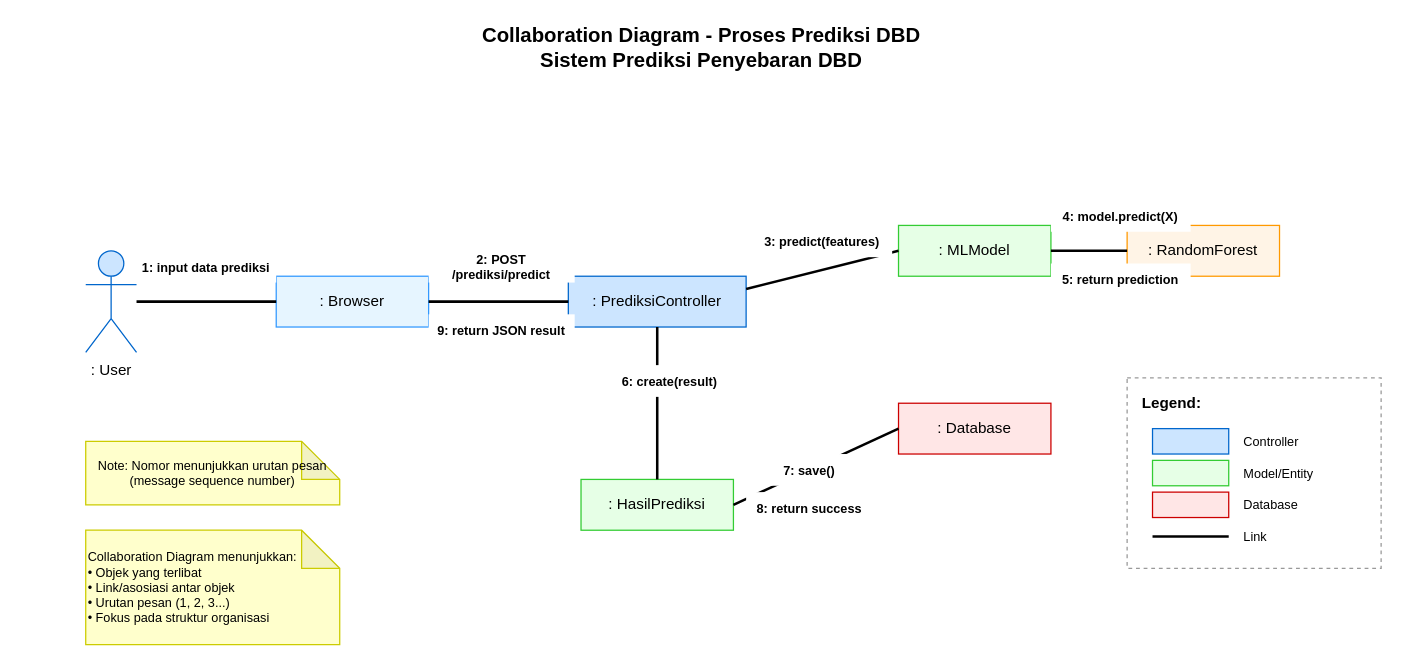
Before: Dokumen/UML/collaboration_diagram.drawio in Suwardi87/prediksi-DBD, a draw.io diagram. Source tidied: cells renumbered, new cells numbered last; positions are measured from the earlier drawing's top-left corner, leaving out a move shared by most shapes. Both pictures are drawn from the tidied source at 127%, with x=0, y=0 at pixel (85, 22).
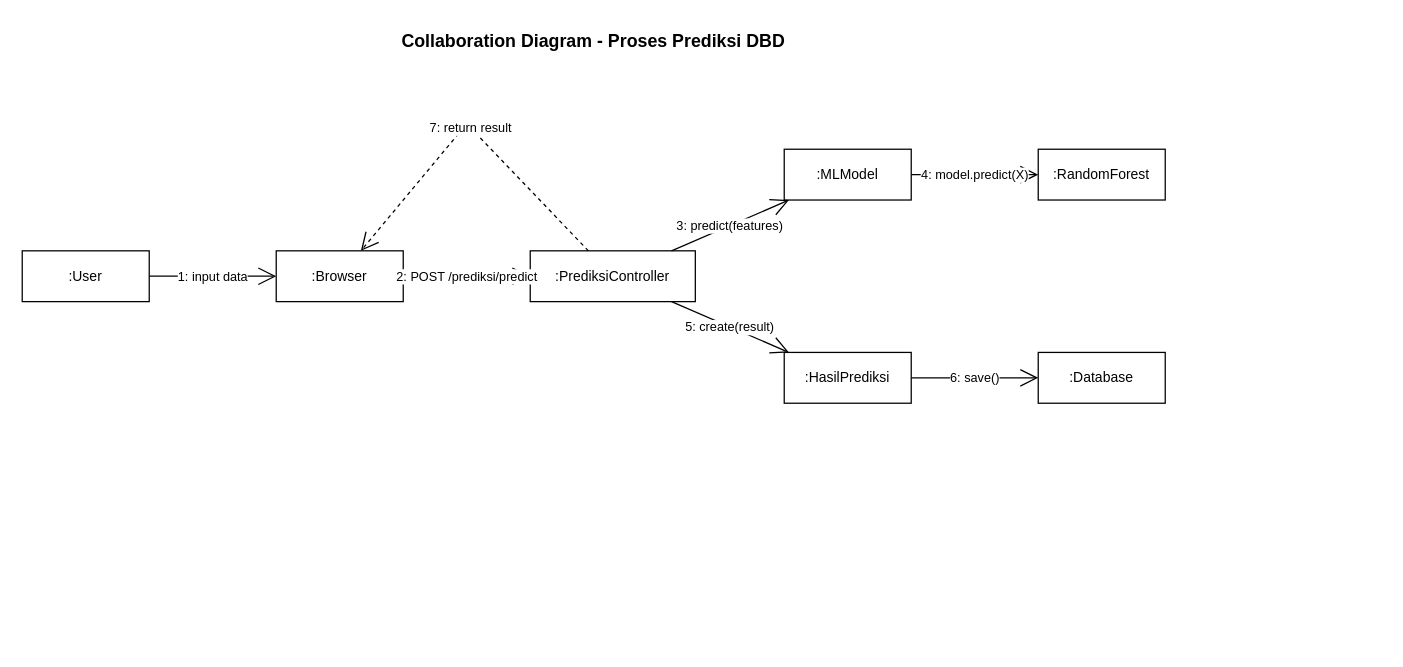
Above is the later version.

Diff of the diagram source:
```diff
@@
-    <mxCell id="2" value="Collaboration Diagram - Proses Prediksi DBD&#10;Sistem Prediksi Penyebaran DBD" style="text;html=1;strokeColor=none;fillColor=none;align=center;verticalAlign=middle;whiteSpace=wrap;rounded=0;fontSize=16;fontStyle=1;" parent="1" vertex="1">
-      <mxGeometry x="235" width="500" height="40" as="geometry" />
+    <mxCell id="2" value="Collaboration Diagram - Proses Prediksi DBD" style="text;html=1;strokeColor=none;fillColor=none;align=center;verticalAlign=middle;whiteSpace=wrap;rounded=0;fontSize=14;fontStyle=1;" parent="1" vertex="1">
+      <mxGeometry x="150" width="500" height="30" as="geometry" />
     </mxCell>
-    <mxCell id="3" value=": User" style="shape=umlActor;verticalLabelPosition=bottom;verticalAlign=top;html=1;fillColor=#CCE5FF;strokeColor=#0066CC;" parent="1" vertex="1">
-      <mxGeometry y="180" width="40" height="80" as="geometry" />
+    <mxCell id="3" value=":User" style="rounded=0;whiteSpace=wrap;html=1;fillColor=#FFFFFF;strokeColor=#000000;fontSize=11;" parent="1" vertex="1">
+      <mxGeometry x="-50" y="180" width="100" height="40" as="geometry" />
     </mxCell>
-    <mxCell id="4" value=": Browser" style="html=1;whiteSpace=wrap;fillColor=#E6F5FF;strokeColor=#3399FF;" parent="1" vertex="1">
-      <mxGeometry x="150" y="200" width="120" height="40" as="geometry" />
+    <mxCell id="4" value=":Browser" style="rounded=0;whiteSpace=wrap;html=1;fillColor=#FFFFFF;strokeColor=#000000;fontSize=11;" parent="1" vertex="1">
+      <mxGeometry x="150" y="180" width="100" height="40" as="geometry" />
     </mxCell>
-    <mxCell id="5" value=": PrediksiController" style="html=1;whiteSpace=wrap;fillColor=#CCE5FF;strokeColor=#0066CC;" parent="1" vertex="1">
-      <mxGeometry x="380" y="200" width="140" height="40" as="geometry" />
+    <mxCell id="5" value=":PrediksiController" style="rounded=0;whiteSpace=wrap;html=1;fillColor=#FFFFFF;strokeColor=#000000;fontSize=11;" parent="1" vertex="1">
+      <mxGeometry x="350" y="180" width="130" height="40" as="geometry" />
     </mxCell>
-    <mxCell id="6" value=": MLModel" style="html=1;whiteSpace=wrap;fillColor=#E6FFE6;strokeColor=#33CC33;" parent="1" vertex="1">
-      <mxGeometry x="640" y="160" width="120" height="40" as="geometry" />
+    <mxCell id="6" value=":MLModel" style="rounded=0;whiteSpace=wrap;html=1;fillColor=#FFFFFF;strokeColor=#000000;fontSize=11;" parent="1" vertex="1">
+      <mxGeometry x="550" y="100" width="100" height="40" as="geometry" />
     </mxCell>
-    <mxCell id="7" value=": RandomForest" style="html=1;whiteSpace=wrap;fillColor=#FFF4E6;strokeColor=#FF9900;" parent="1" vertex="1">
-      <mxGeometry x="820" y="160" width="120" height="40" as="geometry" />
+    <mxCell id="7" value=":RandomForest" style="rounded=0;whiteSpace=wrap;html=1;fillColor=#FFFFFF;strokeColor=#000000;fontSize=11;" parent="1" vertex="1">
+      <mxGeometry x="750" y="100" width="100" height="40" as="geometry" />
     </mxCell>
+    <mxCell id="9" value=":HasilPrediksi" style="rounded=0;whiteSpace=wrap;html=1;fillColor=#FFFFFF;strokeColor=#000000;fontSize=11;" parent="1" vertex="1">
+      <mxGeometry x="550" y="260" width="100" height="40" as="geometry" />
+    </mxCell>
-    <mxCell id="8" value=": Database" style="html=1;whiteSpace=wrap;fillColor=#FFE6E6;strokeColor=#CC0000;" parent="1" vertex="1">
-      <mxGeometry x="640" y="300" width="120" height="40" as="geometry" />
+    <mxCell id="8" value=":Database" style="rounded=0;whiteSpace=wrap;html=1;fillColor=#FFFFFF;strokeColor=#000000;fontSize=11;" parent="1" vertex="1">
+      <mxGeometry x="750" y="260" width="100" height="40" as="geometry" />
     </mxCell>
-    <mxCell id="9" value=": HasilPrediksi" style="html=1;whiteSpace=wrap;fillColor=#E6FFE6;strokeColor=#33CC33;" parent="1" vertex="1">
-      <mxGeometry x="390" y="360" width="120" height="40" as="geometry" />
-    </mxCell>
-    <mxCell id="10" style="endArrow=none;html=1;exitX=1;exitY=0.5;exitDx=0;exitDy=0;entryX=0;entryY=0.5;entryDx=0;entryDy=0;strokeWidth=2;" parent="1" edge="1" source="3" target="4">
+    <mxCell id="10" value="1: input data" style="endArrow=open;endSize=12;html=1;strokeColor=#000000;fontSize=10;" parent="1" edge="1" source="3" target="4">
       <mxGeometry relative="1" as="geometry" />
     </mxCell>
-    <mxCell id="11" value="1: input data prediksi" style="text;html=1;strokeColor=none;fillColor=#FFFFFF;align=center;verticalAlign=middle;whiteSpace=wrap;rounded=0;fontSize=10;fontStyle=1;" parent="1" vertex="1">
-      <mxGeometry x="40" y="180" width="110" height="25" as="geometry" />
-    </mxCell>
-    <mxCell id="12" style="endArrow=none;html=1;exitX=1;exitY=0.5;exitDx=0;exitDy=0;entryX=0;entryY=0.5;entryDx=0;entryDy=0;strokeWidth=2;" parent="1" edge="1" source="4" target="5">
-      <mxGeometry relative="1" as="geometry" />
-    </mxCell>
-    <mxCell id="13" value="2: POST /prediksi/predict" style="text;html=1;strokeColor=none;fillColor=#FFFFFF;align=center;verticalAlign=middle;whiteSpace=wrap;rounded=0;fontSize=10;fontStyle=1;" parent="1" vertex="1">
-      <mxGeometry x="270" y="180" width="115" height="25" as="geometry" />
+    <mxCell id="13" value="2: POST /prediksi/predict" style="endArrow=open;endSize=12;html=1;strokeColor=#000000;fontSize=10;" parent="1" edge="1" source="4" target="5">
+      <mxGeometry relative="1" as="geometry" />
     </mxCell>
-    <mxCell id="14" style="endArrow=none;html=1;exitX=1;exitY=0.25;exitDx=0;exitDy=0;entryX=0;entryY=0.5;entryDx=0;entryDy=0;strokeWidth=2;" parent="1" edge="1" source="5" target="6">
-      <mxGeometry relative="1" as="geometry" />
-    </mxCell>
-    <mxCell id="15" value="3: predict(features)" style="text;html=1;strokeColor=none;fillColor=#FFFFFF;align=center;verticalAlign=middle;whiteSpace=wrap;rounded=0;fontSize=10;fontStyle=1;" parent="1" vertex="1">
-      <mxGeometry x="525" y="160" width="110" height="25" as="geometry" />
+    <mxCell id="15" value="3: predict(features)" style="endArrow=open;endSize=12;html=1;strokeColor=#000000;fontSize=10;" parent="1" edge="1" source="5" target="6">
+      <mxGeometry relative="1" as="geometry" />
     </mxCell>
-    <mxCell id="16" style="endArrow=none;html=1;exitX=1;exitY=0.5;exitDx=0;exitDy=0;entryX=0;entryY=0.5;entryDx=0;entryDy=0;strokeWidth=2;" parent="1" edge="1" source="6" target="7">
-      <mxGeometry relative="1" as="geometry" />
-    </mxCell>
-    <mxCell id="17" value="4: model.predict(X)" style="text;html=1;strokeColor=none;fillColor=#FFFFFF;align=center;verticalAlign=middle;whiteSpace=wrap;rounded=0;fontSize=10;fontStyle=1;" parent="1" vertex="1">
-      <mxGeometry x="760" y="140" width="110" height="25" as="geometry" />
+    <mxCell id="17" value="4: model.predict(X)" style="endArrow=open;endSize=12;html=1;strokeColor=#000000;fontSize=10;" parent="1" edge="1" source="6" target="7">
+      <mxGeometry relative="1" as="geometry" />
     </mxCell>
-    <mxCell id="18" value="5: return prediction" style="text;html=1;strokeColor=none;fillColor=#FFFFFF;align=center;verticalAlign=middle;whiteSpace=wrap;rounded=0;fontSize=10;fontStyle=1;" parent="1" vertex="1">
-      <mxGeometry x="760" y="190" width="110" height="25" as="geometry" />
-    </mxCell>
-    <mxCell id="19" style="endArrow=none;html=1;exitX=0.5;exitY=1;exitDx=0;exitDy=0;entryX=0.5;entryY=0;entryDx=0;entryDy=0;strokeWidth=2;" parent="1" edge="1" source="5" target="9">
+    <mxCell id="19" value="5: create(result)" style="endArrow=open;endSize=12;html=1;strokeColor=#000000;fontSize=10;" parent="1" edge="1" source="5" target="9">
       <mxGeometry relative="1" as="geometry" />
     </mxCell>
-    <mxCell id="20" value="6: create(result)" style="text;html=1;strokeColor=none;fillColor=#FFFFFF;align=center;verticalAlign=middle;whiteSpace=wrap;rounded=0;fontSize=10;fontStyle=1;" parent="1" vertex="1">
-      <mxGeometry x="410" y="270" width="100" height="25" as="geometry" />
-    </mxCell>
-    <mxCell id="21" style="endArrow=none;html=1;exitX=1;exitY=0.5;exitDx=0;exitDy=0;entryX=0;entryY=0.5;entryDx=0;entryDy=0;strokeWidth=2;" parent="1" edge="1" source="9" target="8">
+    <mxCell id="21" value="6: save()" style="endArrow=open;endSize=12;html=1;strokeColor=#000000;fontSize=10;" parent="1" edge="1" source="9" target="8">
       <mxGeometry relative="1" as="geometry" />
     </mxCell>
-    <mxCell id="22" value="7: save()" style="text;html=1;strokeColor=none;fillColor=#FFFFFF;align=center;verticalAlign=middle;whiteSpace=wrap;rounded=0;fontSize=10;fontStyle=1;" parent="1" vertex="1">
-      <mxGeometry x="530" y="340" width="80" height="25" as="geometry" />
-    </mxCell>
-    <mxCell id="23" value="8: return success" style="text;html=1;strokeColor=none;fillColor=#FFFFFF;align=center;verticalAlign=middle;whiteSpace=wrap;rounded=0;fontSize=10;fontStyle=1;" parent="1" vertex="1">
-      <mxGeometry x="520" y="370" width="100" height="25" as="geometry" />
-    </mxCell>
-    <mxCell id="24" value="9: return JSON result" style="text;html=1;strokeColor=none;fillColor=#FFFFFF;align=center;verticalAlign=middle;whiteSpace=wrap;rounded=0;fontSize=10;fontStyle=1;" parent="1" vertex="1">
-      <mxGeometry x="270" y="230" width="115" height="25" as="geometry" />
-    </mxCell>
-    <mxCell id="25" value="Note: Nomor menunjukkan urutan pesan&#10;(message sequence number)" style="shape=note;whiteSpace=wrap;html=1;backgroundOutline=1;darkOpacity=0.05;fillColor=#FFFFCC;strokeColor=#CCCC00;fontSize=10;" parent="1" vertex="1">
-      <mxGeometry y="330" width="200" height="50" as="geometry" />
-    </mxCell>
-    <mxCell id="26" value="Collaboration Diagram menunjukkan:&#10;• Objek yang terlibat&#10;• Link/asosiasi antar objek&#10;• Urutan pesan (1, 2, 3...)&#10;• Fokus pada struktur organisasi" style="shape=note;whiteSpace=wrap;html=1;backgroundOutline=1;darkOpacity=0.05;fillColor=#FFFFCC;strokeColor=#CCCC00;fontSize=10;align=left;" parent="1" vertex="1">
-      <mxGeometry y="400" width="200" height="90" as="geometry" />
-    </mxCell>
-    <mxCell id="27" style="rounded=0;whiteSpace=wrap;html=1;fillColor=none;strokeColor=#999999;dashed=1;" parent="1" vertex="1">
-      <mxGeometry x="820" y="280" width="200" height="150" as="geometry" />
-    </mxCell>
-    <mxCell id="28" value="Legend:" style="text;html=1;strokeColor=none;fillColor=none;align=left;verticalAlign=middle;whiteSpace=wrap;rounded=0;fontStyle=1;" parent="1" vertex="1">
-      <mxGeometry x="830" y="290" width="60" height="20" as="geometry" />
-    </mxCell>
-    <mxCell id="29" style="html=1;whiteSpace=wrap;fillColor=#CCE5FF;strokeColor=#0066CC;" parent="1" vertex="1">
-      <mxGeometry x="840" y="320" width="60" height="20" as="geometry" />
-    </mxCell>
-    <mxCell id="30" value="Controller" style="text;html=1;strokeColor=none;fillColor=none;align=left;verticalAlign=middle;whiteSpace=wrap;rounded=0;fontSize=10;" parent="1" vertex="1">
-      <mxGeometry x="910" y="320" width="100" height="20" as="geometry" />
-    </mxCell>
-    <mxCell id="31" style="html=1;whiteSpace=wrap;fillColor=#E6FFE6;strokeColor=#33CC33;" parent="1" vertex="1">
-      <mxGeometry x="840" y="345" width="60" height="20" as="geometry" />
-    </mxCell>
-    <mxCell id="32" value="Model/Entity" style="text;html=1;strokeColor=none;fillColor=none;align=left;verticalAlign=middle;whiteSpace=wrap;rounded=0;fontSize=10;" parent="1" vertex="1">
-      <mxGeometry x="910" y="345" width="100" height="20" as="geometry" />
-    </mxCell>
-    <mxCell id="33" style="html=1;whiteSpace=wrap;fillColor=#FFE6E6;strokeColor=#CC0000;" parent="1" vertex="1">
-      <mxGeometry x="840" y="370" width="60" height="20" as="geometry" />
-    </mxCell>
-    <mxCell id="34" value="Database" style="text;html=1;strokeColor=none;fillColor=none;align=left;verticalAlign=middle;whiteSpace=wrap;rounded=0;fontSize=10;" parent="1" vertex="1">
-      <mxGeometry x="910" y="370" width="100" height="20" as="geometry" />
-    </mxCell>
-    <mxCell id="35" style="endArrow=none;html=1;strokeWidth=2;" parent="1" edge="1">
-      <mxGeometry relative="1" as="geometry">
-        <mxPoint x="840" y="405" as="sourcePoint" />
-        <mxPoint x="900" y="405" as="targetPoint" />
-      </mxGeometry>
-    </mxCell>
-    <mxCell id="36" value="Link" style="text;html=1;strokeColor=none;fillColor=none;align=left;verticalAlign=middle;whiteSpace=wrap;rounded=0;fontSize=10;" parent="1" vertex="1">
-      <mxGeometry x="910" y="395" width="100" height="20" as="geometry" />
-    </mxCell>
+    <mxCell id="37" value="7: return result" style="endArrow=open;endSize=12;html=1;strokeColor=#000000;fontSize=10;dashed=1;" parent="1" edge="1" source="5" target="4">
+      <mxGeometry relative="1" as="geometry">
+        <Array as="points">
+          <mxPoint x="300" y="80" />
+        </Array>
+      </mxGeometry>
+    </mxCell>
```
